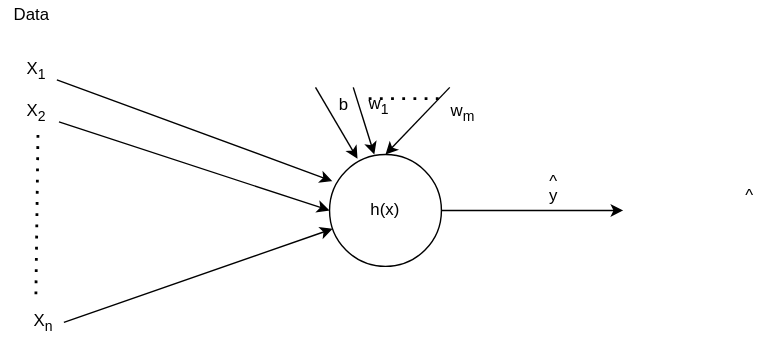
The draw.io diagram assets/images/supervised/ML-data-network.svg in ronen567/just-the-docs, before a commit. Source tidied: cells renumbered, new cells last; positions are measured from the earlier drawing's top-left corner, leaving out a move shared by most shapes.
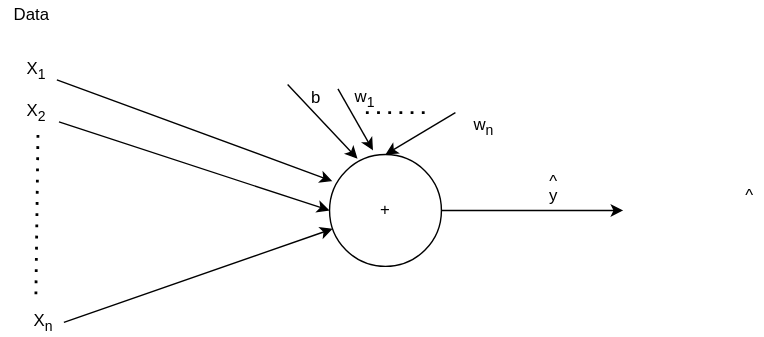
After the commit.

The edit, as a diff of the source:
```diff
@@ -2,7 +2,7 @@
   <root>
     <mxCell id="0" />
     <mxCell id="1" parent="0" />
-    <mxCell id="2" value="h(x)" style="ellipse;whiteSpace=wrap;html=1;" parent="1" vertex="1">
+    <mxCell id="2" value="+" style="ellipse;whiteSpace=wrap;html=1;" parent="1" vertex="1">
       <mxGeometry x="235" y="110" width="80" height="80" as="geometry" />
     </mxCell>
     <mxCell id="3" style="endArrow=classic;html=1;entryX=0.025;entryY=0.238;entryDx=0;entryDy=0;entryPerimeter=0;exitX=1;exitY=0.833;exitDx=0;exitDy=0;exitPerimeter=0;" parent="1" edge="1" source="8" target="2">
@@ -32,14 +32,11 @@
       <mxGeometry width="40" height="20" as="geometry" />
     </mxCell>
     <mxCell id="11" value="b" style="text;html=1;align=center;verticalAlign=middle;points=[];" parent="1" vertex="1">
-      <mxGeometry x="235" y="65" width="20" height="20" as="geometry" />
+      <mxGeometry x="215" y="60" width="20" height="20" as="geometry" />
     </mxCell>
     <mxCell id="12" value="w&lt;sub&gt;1&lt;/sub&gt;" style="text;html=1;align=center;verticalAlign=middle;points=[];" parent="1" vertex="1">
-      <mxGeometry x="255" y="65" width="30" height="20" as="geometry" />
+      <mxGeometry x="245" y="60" width="30" height="20" as="geometry" />
     </mxCell>
-    <mxCell id="13" value="w&lt;sub&gt;m&lt;/sub&gt;" style="text;html=1;align=center;verticalAlign=middle;" parent="1" vertex="1">
-      <mxGeometry x="315" y="70" width="30" height="20" as="geometry" />
-    </mxCell>
     <mxCell id="14" value="y" style="text;html=1;align=center;verticalAlign=middle;" parent="1" vertex="1">
       <mxGeometry x="385" y="130" width="20" height="20" as="geometry" />
     </mxCell>
@@ -54,26 +51,26 @@
     <mxCell id="17" value="^" style="text;html=1;align=center;verticalAlign=middle;" parent="1" vertex="1">
       <mxGeometry x="525" y="130" width="20" height="20" as="geometry" />
     </mxCell>
-    <mxCell id="18" style="endArrow=classic;html=1;exitX=0.083;exitY=1.033;exitDx=0;exitDy=0;exitPerimeter=0;entryX=0.25;entryY=0.038;entryDx=0;entryDy=0;entryPerimeter=0;" parent="1" edge="1" target="2">
+    <mxCell id="18" style="endArrow=classic;html=1;entryX=0.25;entryY=0.038;entryDx=0;entryDy=0;entryPerimeter=0;" parent="1" edge="1" target="2">
       <mxGeometry relative="1" as="geometry">
-        <mxPoint x="225" y="62" as="sourcePoint" />
+        <mxPoint x="205" y="60" as="sourcePoint" />
       </mxGeometry>
     </mxCell>
-    <mxCell id="19" style="endArrow=classic;html=1;exitX=0.308;exitY=1.033;exitDx=0;exitDy=0;exitPerimeter=0;entryX=0.4;entryY=0;entryDx=0;entryDy=0;entryPerimeter=0;" parent="1" edge="1" target="2">
-      <mxGeometry relative="1" as="geometry">
-        <mxPoint x="252" y="62" as="sourcePoint" />
-      </mxGeometry>
-    </mxCell>
-    <mxCell id="20" style="endArrow=classic;html=1;exitX=0.883;exitY=1.033;exitDx=0;exitDy=0;entryX=0.5;entryY=0;entryDx=0;entryDy=0;exitPerimeter=0;" parent="1" edge="1" target="2">
-      <mxGeometry relative="1" as="geometry">
-        <mxPoint x="321" y="62" as="sourcePoint" />
-      </mxGeometry>
-    </mxCell>
-    <mxCell id="21" style="endArrow=none;dashed=1;html=1;dashPattern=1 3;strokeWidth=2;entryX=0.55;entryY=1.167;entryDx=0;entryDy=0;entryPerimeter=0;" parent="1" edge="1">
-      <mxGeometry relative="1" as="geometry">
-        <mxPoint x="263" y="70" as="sourcePoint" />
-        <mxPoint x="315" y="70" as="targetPoint" />
-      </mxGeometry>
-    </mxCell>
+    <mxCell id="22" style="endArrow=classic;html=1;exitX=1.3;exitY=0.15;exitDx=0;exitDy=0;exitPerimeter=0;entryX=0.388;entryY=-0.037;entryDx=0;entryDy=0;entryPerimeter=0;" parent="1" edge="1" source="11" target="2">
+      <mxGeometry relative="1" as="geometry" />
+    </mxCell>
+    <mxCell id="23" style="endArrow=classic;html=1;entryX=0.5;entryY=0;entryDx=0;entryDy=0;" parent="1" edge="1" target="2">
+      <mxGeometry relative="1" as="geometry">
+        <mxPoint x="325" y="80" as="sourcePoint" />
+      </mxGeometry>
+    </mxCell>
+    <mxCell id="24" value="w&lt;sub&gt;n&lt;/sub&gt;" style="text;html=1;align=center;verticalAlign=middle;" parent="1" vertex="1">
+      <mxGeometry x="330" y="80" width="30" height="20" as="geometry" />
+    </mxCell>
+    <mxCell id="25" style="endArrow=none;dashed=1;html=1;dashPattern=1 3;strokeWidth=2;exitX=0.533;exitY=1;exitDx=0;exitDy=0;exitPerimeter=0;" parent="1" edge="1" source="12">
+      <mxGeometry relative="1" as="geometry">
+        <mxPoint x="305" y="80" as="targetPoint" />
+      </mxGeometry>
+    </mxCell>
   </root>
 </mxGraphModel>
```
